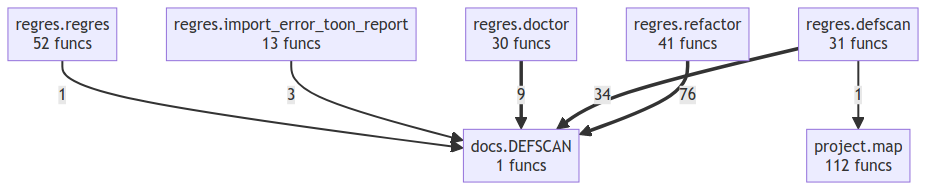
Earlier version of the Mermaid export project/compact_flow.png (semcod/regres). Its source is kept beside it as project/compact_flow.mmd. Source of this version:
```mermaid
flowchart TD
    docs__DEFSCAN["docs.DEFSCAN<br/>1 funcs"]
    project__map["project.map<br/>112 funcs"]
    regres__defscan["regres.defscan<br/>31 funcs"]
    regres__doctor["regres.doctor<br/>30 funcs"]
    regres__import_error_toon_report["regres.import_error_toon_report<br/>13 funcs"]
    regres__refactor["regres.refactor<br/>41 funcs"]
    regres__regres["regres.regres<br/>52 funcs"]
    regres__refactor ==>|76| docs__DEFSCAN
    regres__defscan ==>|34| docs__DEFSCAN
    regres__doctor ==>|9| docs__DEFSCAN
    regres__import_error_toon_report -->|3| docs__DEFSCAN
    regres__defscan -->|1| project__map
    regres__regres -->|1| docs__DEFSCAN
```
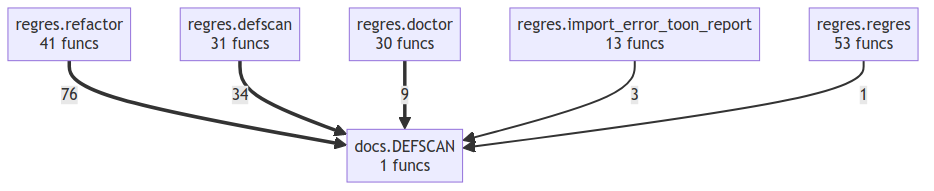
The same diagram one commit later.

What changed in the source:
```diff
@@ -1,14 +1,12 @@
 flowchart TD
     docs__DEFSCAN["docs.DEFSCAN<br/>1 funcs"]
-    project__map["project.map<br/>112 funcs"]
     regres__defscan["regres.defscan<br/>31 funcs"]
     regres__doctor["regres.doctor<br/>30 funcs"]
     regres__import_error_toon_report["regres.import_error_toon_report<br/>13 funcs"]
     regres__refactor["regres.refactor<br/>41 funcs"]
-    regres__regres["regres.regres<br/>52 funcs"]
+    regres__regres["regres.regres<br/>53 funcs"]
     regres__refactor ==>|76| docs__DEFSCAN
     regres__defscan ==>|34| docs__DEFSCAN
     regres__doctor ==>|9| docs__DEFSCAN
     regres__import_error_toon_report -->|3| docs__DEFSCAN
-    regres__defscan -->|1| project__map
     regres__regres -->|1| docs__DEFSCAN
```
